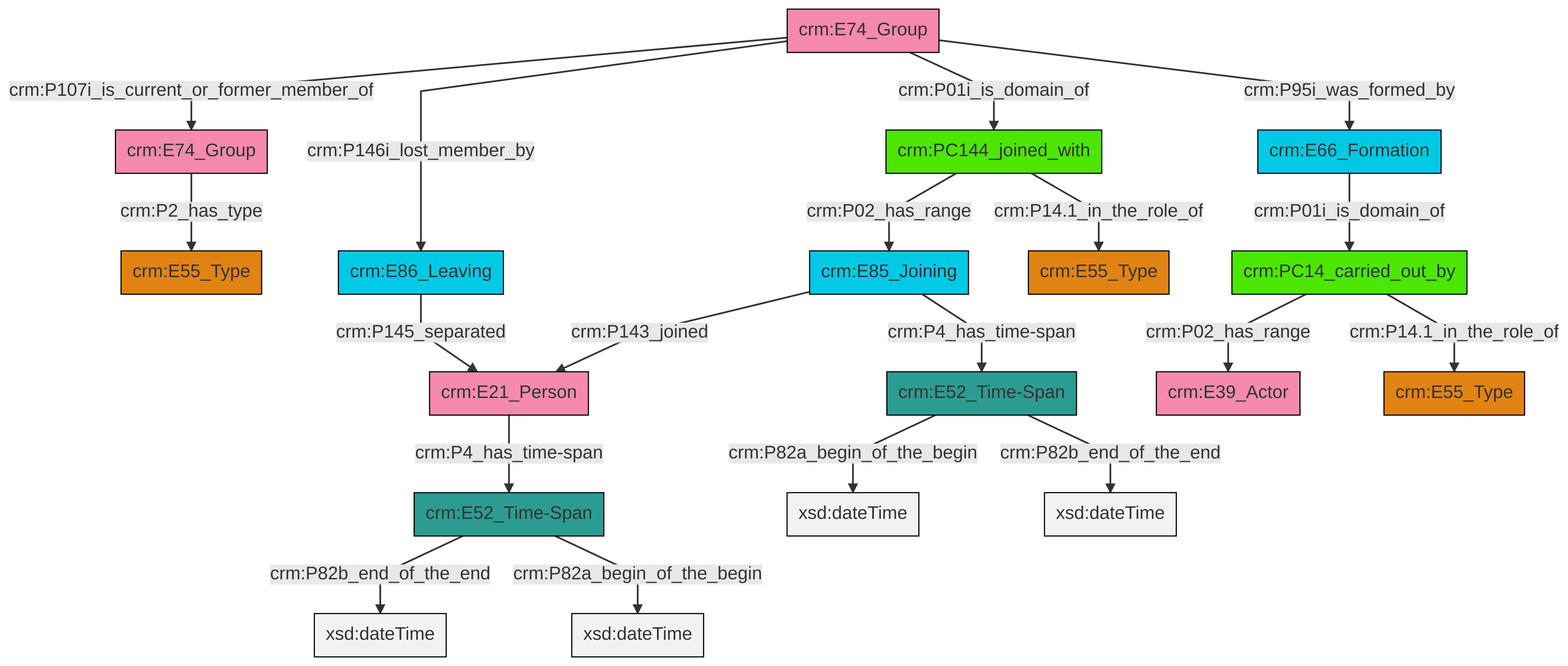
Earlier version of the Mermaid export et/groupCSV/ttl/mmd/png/group_actor_relations.png (swiss-art-research-net/docs.swissartresearch). Its source is kept beside it as et/groupCSV/ttl/mmd/group_actor_relations.ttl.mmd.
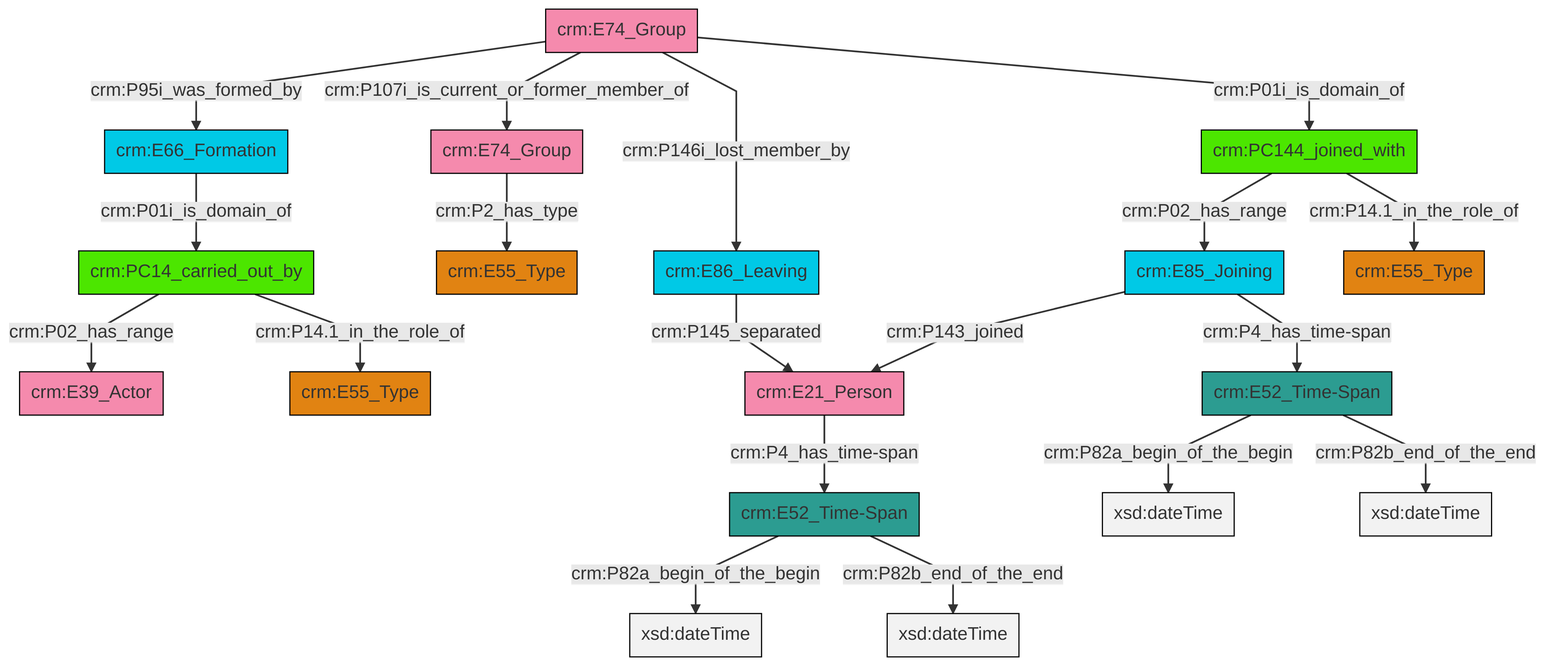
After the change.

The edit, as a diff of the source:
```diff
@@ -13,21 +13,21 @@
 classDef PC_Classes fill:#4ce600, stroke:#000000;
 classDef Multi fill:#cccccc,stroke:#000000;
 
-8["crm:E74_Group"]:::Actor -->|crm:P107i_is_current_or_former_member_of| 0["crm:E74_Group"]:::Actor
-8["crm:E74_Group"]:::Actor -->|crm:P146i_lost_member_by| 11["crm:E86_Leaving"]:::Temporal_Entity
-11["crm:E86_Leaving"]:::Temporal_Entity -->|crm:P145_separated| 2["crm:E21_Person"]:::Actor
-12["crm:PC14_carried_out_by"]:::PC_Classes -->|crm:P02_has_range| 9["crm:E39_Actor"]:::Actor
-15["crm:PC144_joined_with"]:::PC_Classes -->|crm:P02_has_range| 13["crm:E85_Joining"]:::Temporal_Entity
-2["crm:E21_Person"]:::Actor -->|crm:P4_has_time-span| 18["crm:E52_Time-Span"]:::Time-Span
-15["crm:PC144_joined_with"]:::PC_Classes -->|crm:P14.1_in_the_role_of| 6["crm:E55_Type"]:::Type
-19["crm:E52_Time-Span"]:::Time-Span -->|crm:P82a_begin_of_the_begin| 21[xsd:dateTime]:::Literal
-8["crm:E74_Group"]:::Actor -->|crm:P01i_is_domain_of| 15["crm:PC144_joined_with"]:::PC_Classes
-0["crm:E74_Group"]:::Actor -->|crm:P2_has_type| 22["crm:E55_Type"]:::Type
-13["crm:E85_Joining"]:::Temporal_Entity -->|crm:P143_joined| 2["crm:E21_Person"]:::Actor
-12["crm:PC14_carried_out_by"]:::PC_Classes -->|crm:P14.1_in_the_role_of| 4["crm:E55_Type"]:::Type
-19["crm:E52_Time-Span"]:::Time-Span -->|crm:P82b_end_of_the_end| 24[xsd:dateTime]:::Literal
-13["crm:E85_Joining"]:::Temporal_Entity -->|crm:P4_has_time-span| 19["crm:E52_Time-Span"]:::Time-Span
-8["crm:E74_Group"]:::Actor -->|crm:P95i_was_formed_by| 25["crm:E66_Formation"]:::Temporal_Entity
-25["crm:E66_Formation"]:::Temporal_Entity -->|crm:P01i_is_domain_of| 12["crm:PC14_carried_out_by"]:::PC_Classes
-18["crm:E52_Time-Span"]:::Time-Span -->|crm:P82b_end_of_the_end| 30[xsd:dateTime]:::Literal
-18["crm:E52_Time-Span"]:::Time-Span -->|crm:P82a_begin_of_the_begin| 32[xsd:dateTime]:::Literal
+0["crm:E52_Time-Span"]:::Time-Span -->|crm:P82a_begin_of_the_begin| 1[xsd:dateTime]:::Literal
+2["crm:PC14_carried_out_by"]:::PC_Classes -->|crm:P02_has_range| 4["crm:E39_Actor"]:::Actor
+5["crm:PC144_joined_with"]:::PC_Classes -->|crm:P02_has_range| 6["crm:E85_Joining"]:::Temporal_Entity
+7["crm:E74_Group"]:::Actor -->|crm:P95i_was_formed_by| 8["crm:E66_Formation"]:::Temporal_Entity
+7["crm:E74_Group"]:::Actor -->|crm:P107i_is_current_or_former_member_of| 9["crm:E74_Group"]:::Actor
+7["crm:E74_Group"]:::Actor -->|crm:P146i_lost_member_by| 20["crm:E86_Leaving"]:::Temporal_Entity
+7["crm:E74_Group"]:::Actor -->|crm:P01i_is_domain_of| 5["crm:PC144_joined_with"]:::PC_Classes
+22["crm:E52_Time-Span"]:::Time-Span -->|crm:P82a_begin_of_the_begin| 23[xsd:dateTime]:::Literal
+12["crm:E21_Person"]:::Actor -->|crm:P4_has_time-span| 22["crm:E52_Time-Span"]:::Time-Span
+6["crm:E85_Joining"]:::Temporal_Entity -->|crm:P143_joined| 12["crm:E21_Person"]:::Actor
+0["crm:E52_Time-Span"]:::Time-Span -->|crm:P82b_end_of_the_end| 25[xsd:dateTime]:::Literal
+8["crm:E66_Formation"]:::Temporal_Entity -->|crm:P01i_is_domain_of| 2["crm:PC14_carried_out_by"]:::PC_Classes
+2["crm:PC14_carried_out_by"]:::PC_Classes -->|crm:P14.1_in_the_role_of| 16["crm:E55_Type"]:::Type
+22["crm:E52_Time-Span"]:::Time-Span -->|crm:P82b_end_of_the_end| 28[xsd:dateTime]:::Literal
+9["crm:E74_Group"]:::Actor -->|crm:P2_has_type| 14["crm:E55_Type"]:::Type
+6["crm:E85_Joining"]:::Temporal_Entity -->|crm:P4_has_time-span| 0["crm:E52_Time-Span"]:::Time-Span
+20["crm:E86_Leaving"]:::Temporal_Entity -->|crm:P145_separated| 12["crm:E21_Person"]:::Actor
+5["crm:PC144_joined_with"]:::PC_Classes -->|crm:P14.1_in_the_role_of| 29["crm:E55_Type"]:::Type
```
